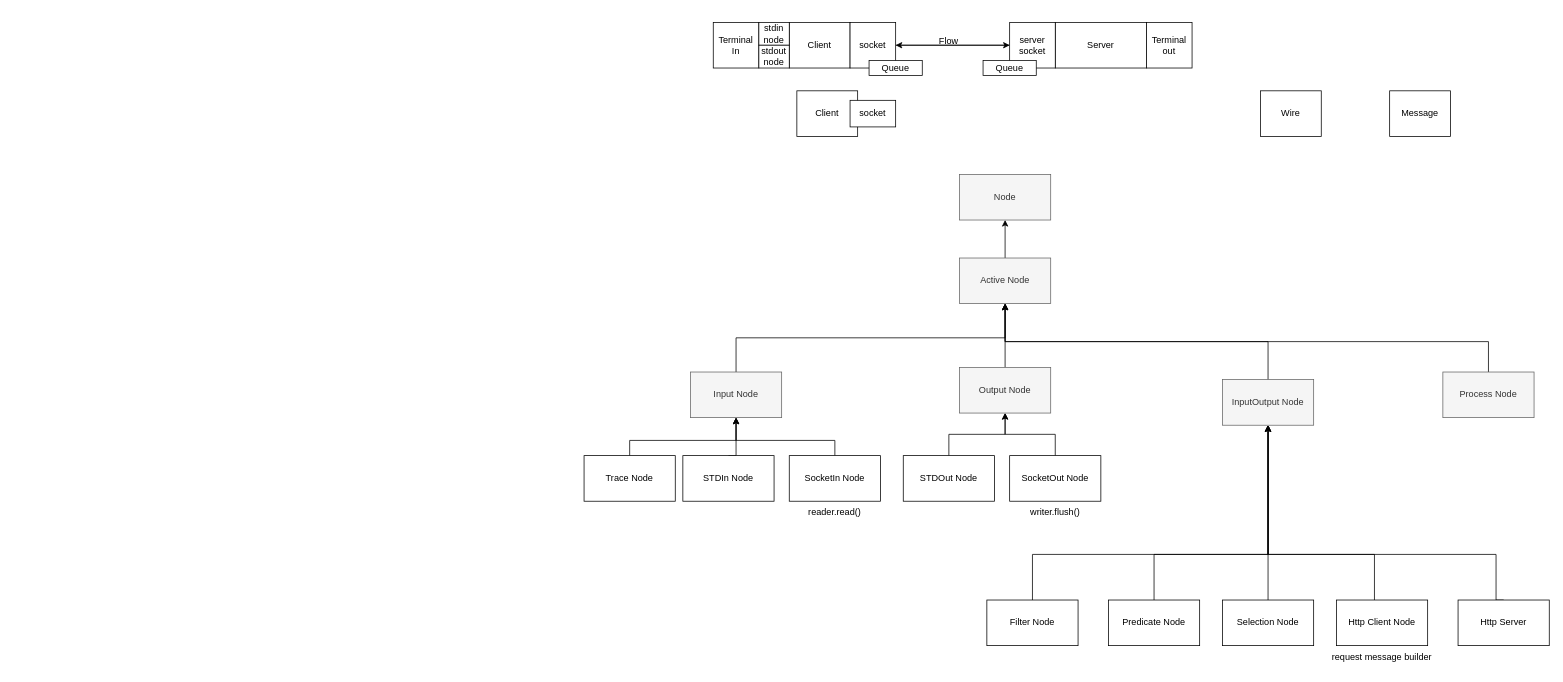
This is XFlow.drawio from codethestudent/XFlow-Team-Project, a draw.io file, before an edit. Source tidied: cells renumbered, new cells numbered last; positions are measured from the earlier drawing's top-left corner, leaving out a move shared by most shapes. Both pictures are drawn from the tidied source at 76%, with x=0, y=0 at pixel (584, 22).
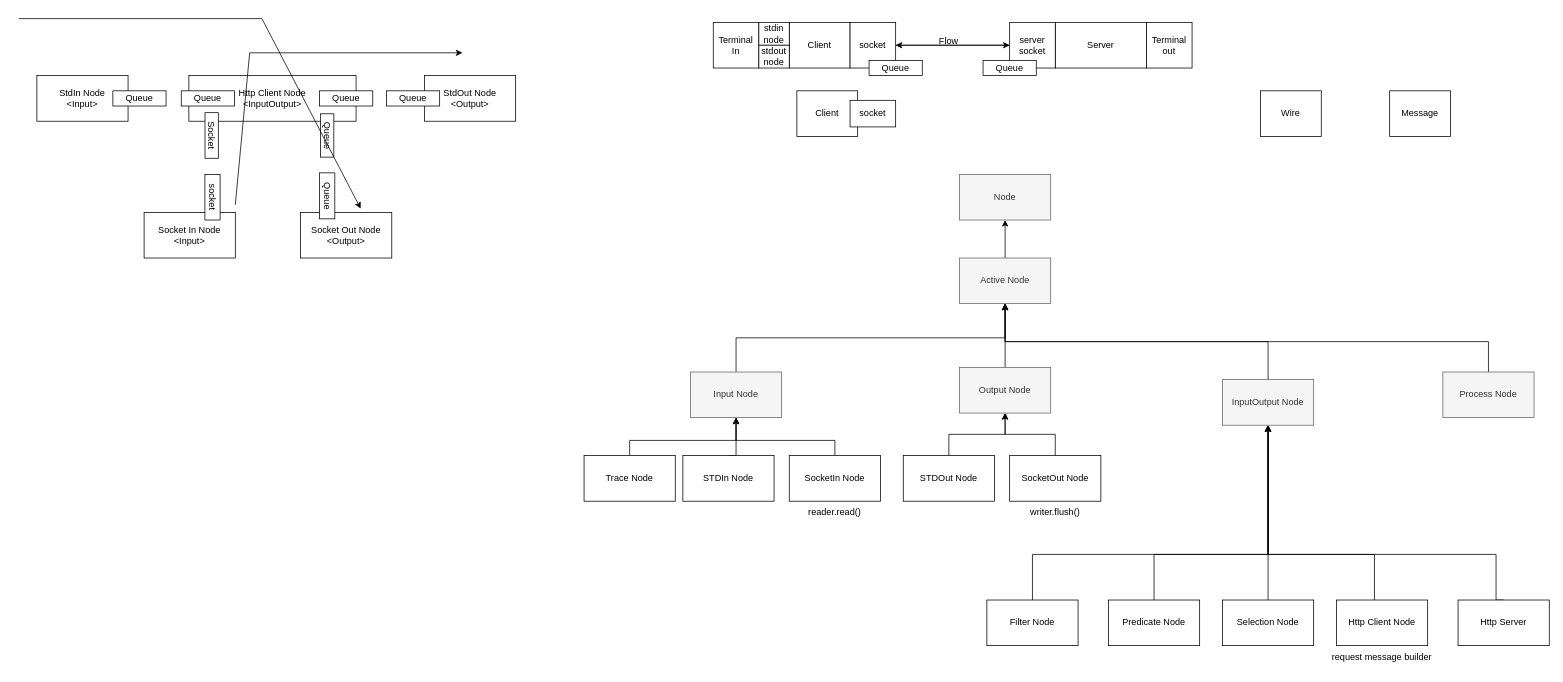
The same diagram, later.

Change to the diagram source:
```diff
@@
+    <mxCell id="53" value="StdIn Node&lt;br&gt;&amp;lt;Input&amp;gt;" style="rounded=0;whiteSpace=wrap;html=1;" parent="1" vertex="1">
+      <mxGeometry x="-720" y="70" width="120" height="60" as="geometry" />
+    </mxCell>
+    <mxCell id="54" value="Http Client Node&lt;br&gt;&amp;lt;InputOutput&amp;gt;" style="rounded=0;whiteSpace=wrap;html=1;" parent="1" vertex="1">
+      <mxGeometry x="-520" y="70" width="220" height="60" as="geometry" />
+    </mxCell>
+    <mxCell id="55" value="StdOut Node&lt;br&gt;&amp;lt;Output&amp;gt;" style="rounded=0;whiteSpace=wrap;html=1;" parent="1" vertex="1">
+      <mxGeometry x="-210" y="70" width="120" height="60" as="geometry" />
+    </mxCell>
+    <mxCell id="56" value="Socket In Node&lt;br&gt;&amp;lt;Input&amp;gt;" style="rounded=0;whiteSpace=wrap;html=1;" parent="1" vertex="1">
+      <mxGeometry x="-578.9" y="250" width="120" height="60" as="geometry" />
+    </mxCell>
+    <mxCell id="57" value="Socket Out Node&lt;br&gt;&amp;lt;Output&amp;gt;" style="rounded=0;whiteSpace=wrap;html=1;" parent="1" vertex="1">
+      <mxGeometry x="-373" y="250" width="120" height="60" as="geometry" />
+    </mxCell>
+    <mxCell id="58" value="Queue" style="rounded=0;whiteSpace=wrap;html=1;" parent="1" vertex="1">
+      <mxGeometry x="-620" y="90" width="70" height="20" as="geometry" />
+    </mxCell>
+    <mxCell id="59" value="Queue" style="rounded=0;whiteSpace=wrap;html=1;" parent="1" vertex="1">
+      <mxGeometry x="-530" y="90" width="70" height="20" as="geometry" />
+    </mxCell>
+    <mxCell id="60" value="Queue" style="rounded=0;whiteSpace=wrap;html=1;" parent="1" vertex="1">
+      <mxGeometry x="-348" y="90" width="70" height="20" as="geometry" />
+    </mxCell>
+    <mxCell id="61" value="Queue" style="rounded=0;whiteSpace=wrap;html=1;" parent="1" vertex="1">
+      <mxGeometry x="-260" y="90" width="70" height="20" as="geometry" />
+    </mxCell>
+    <mxCell id="62" value="Queue" style="rounded=0;whiteSpace=wrap;html=1;rotation=90;" parent="1" vertex="1">
+      <mxGeometry x="-368.2" y="218.2" width="60.5" height="20" as="geometry" />
+    </mxCell>
+    <mxCell id="63" value="Queue" style="rounded=0;whiteSpace=wrap;html=1;rotation=90;" parent="1" vertex="1">
+      <mxGeometry x="-366.5" y="140" width="57" height="17.5" as="geometry" />
+    </mxCell>
+    <mxCell id="64" value="Socket&lt;br&gt;" style="rounded=0;whiteSpace=wrap;html=1;rotation=90;" parent="1" vertex="1">
+      <mxGeometry x="-520" y="140" width="60" height="17.5" as="geometry" />
+    </mxCell>
+    <mxCell id="65" value="socket" style="rounded=0;whiteSpace=wrap;html=1;rotation=90;" parent="1" vertex="1">
+      <mxGeometry x="-518.9" y="220" width="60" height="20" as="geometry" />
+    </mxCell>
+    <mxCell id="66" style="endArrow=classic;html=1;rounded=0;" parent="1" edge="1">
+      <mxGeometry relative="1" as="geometry">
+        <mxPoint x="-743.9" y="-5" as="sourcePoint" />
+        <mxPoint x="-293.9" y="245" as="targetPoint" />
+        <Array as="points">
+          <mxPoint x="-423.9" y="-5" />
+        </Array>
+      </mxGeometry>
+    </mxCell>
+    <mxCell id="67" style="endArrow=classic;html=1;rounded=0;" parent="1" edge="1">
+      <mxGeometry relative="1" as="geometry">
+        <mxPoint x="-458.9" y="240" as="sourcePoint" />
+        <mxPoint x="-160" y="40" as="targetPoint" />
+        <Array as="points">
+          <mxPoint x="-440" y="40" />
+        </Array>
+      </mxGeometry>
+    </mxCell>
```
